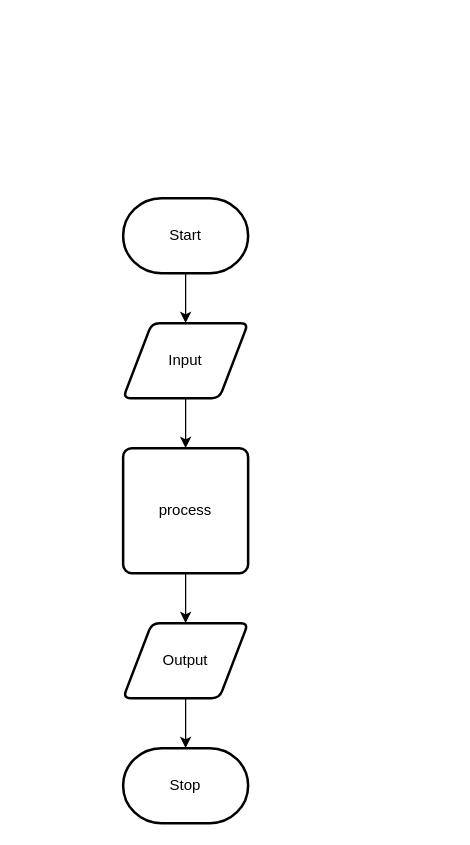
The draw.io diagram design/flow-chart.drawio in Emmanuel-Fofeyin/ICS2O-Unit5-06-HTML, before the edit. Source tidied: cells renumbered, new cells numbered last; positions are measured from the earlier drawing's top-left corner, leaving out a move shared by most shapes. Both pictures are drawn from the tidied source at 125%, with x=0, y=0 at pixel (122, 198).
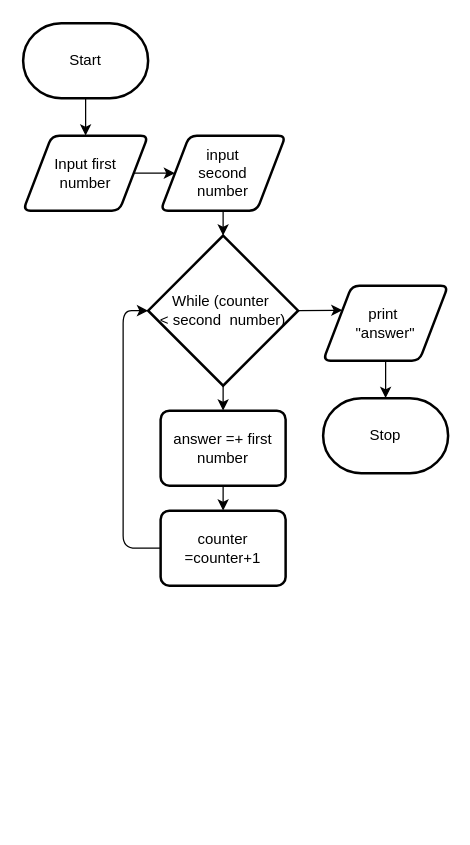
The same diagram, later.

Diff of the diagram source:
```diff
@@
 <mxGraphModel>
   <root>
     <mxCell id="0" />
     <mxCell id="1" parent="0" />
     <mxCell id="2" style="edgeStyle=none;html=1;" parent="1" edge="1" source="3" target="5">
       <mxGeometry relative="1" as="geometry" />
     </mxCell>
     <mxCell id="3" value="Start" style="strokeWidth=2;html=1;shape=mxgraph.flowchart.terminator;whiteSpace=wrap;" parent="1" vertex="1">
-      <mxGeometry width="100" height="60" as="geometry" />
+      <mxGeometry x="-80" y="-140" width="100" height="60" as="geometry" />
     </mxCell>
-    <mxCell id="4" style="edgeStyle=none;html=1;" parent="1" edge="1" source="5" target="7">
+    <mxCell id="4" style="edgeStyle=none;html=1;entryX=0;entryY=0.5;entryDx=0;entryDy=0;" parent="1" edge="1" source="5" target="11">
       <mxGeometry relative="1" as="geometry" />
     </mxCell>
-    <mxCell id="5" value="Input" style="shape=parallelogram;html=1;strokeWidth=2;perimeter=parallelogramPerimeter;whiteSpace=wrap;rounded=1;arcSize=12;size=0.23;" parent="1" vertex="1">
-      <mxGeometry y="100" width="100" height="60" as="geometry" />
+    <mxCell id="5" value="Input first &lt;br&gt;number" style="shape=parallelogram;html=1;strokeWidth=2;perimeter=parallelogramPerimeter;whiteSpace=wrap;rounded=1;arcSize=12;size=0.23;" parent="1" vertex="1">
+      <mxGeometry x="-80" y="-50" width="100" height="60" as="geometry" />
     </mxCell>
-    <mxCell id="6" style="edgeStyle=none;html=1;" parent="1" edge="1" source="7" target="9">
-      <mxGeometry relative="1" as="geometry" />
-    </mxCell>
-    <mxCell id="7" value="process" style="rounded=1;whiteSpace=wrap;html=1;absoluteArcSize=1;arcSize=14;strokeWidth=2;" parent="1" vertex="1">
-      <mxGeometry y="200" width="100" height="100" as="geometry" />
+    <mxCell id="7" value="counter =counter+1" style="rounded=1;whiteSpace=wrap;html=1;absoluteArcSize=1;arcSize=14;strokeWidth=2;" parent="1" vertex="1">
+      <mxGeometry x="30" y="250" width="100" height="60" as="geometry" />
     </mxCell>
     <mxCell id="8" style="edgeStyle=none;html=1;" parent="1" edge="1" source="9" target="10">
       <mxGeometry relative="1" as="geometry" />
     </mxCell>
-    <mxCell id="9" value="Output" style="shape=parallelogram;html=1;strokeWidth=2;perimeter=parallelogramPerimeter;whiteSpace=wrap;rounded=1;arcSize=12;size=0.23;" parent="1" vertex="1">
-      <mxGeometry y="340" width="100" height="60" as="geometry" />
+    <mxCell id="9" value="print&amp;nbsp;&lt;br&gt;&quot;answer&quot;" style="shape=parallelogram;html=1;strokeWidth=2;perimeter=parallelogramPerimeter;whiteSpace=wrap;rounded=1;arcSize=12;size=0.23;" parent="1" vertex="1">
+      <mxGeometry x="160" y="70" width="100" height="60" as="geometry" />
     </mxCell>
     <mxCell id="10" value="Stop" style="strokeWidth=2;html=1;shape=mxgraph.flowchart.terminator;whiteSpace=wrap;" parent="1" vertex="1">
-      <mxGeometry y="440" width="100" height="60" as="geometry" />
+      <mxGeometry x="160" y="160" width="100" height="60" as="geometry" />
     </mxCell>
+    <mxCell id="11" value="input &lt;br&gt;second&lt;br&gt;number" style="shape=parallelogram;html=1;strokeWidth=2;perimeter=parallelogramPerimeter;whiteSpace=wrap;rounded=1;arcSize=12;size=0.23;" parent="1" vertex="1">
+      <mxGeometry x="30" y="-50" width="100" height="60" as="geometry" />
+    </mxCell>
+    <mxCell id="12" value="While (counter&amp;nbsp;&lt;br&gt;&lt;font style=&quot;font-size: 12px&quot;&gt;&amp;lt; second&amp;nbsp; number)&lt;br&gt;&lt;/font&gt;" style="strokeWidth=2;html=1;shape=mxgraph.flowchart.decision;whiteSpace=wrap;" parent="1" vertex="1">
+      <mxGeometry x="20" y="30" width="120" height="120" as="geometry" />
+    </mxCell>
+    <mxCell id="13" value="answer =+ first&lt;br&gt;number" style="rounded=1;whiteSpace=wrap;html=1;absoluteArcSize=1;arcSize=14;strokeWidth=2;" parent="1" vertex="1">
+      <mxGeometry x="30" y="170" width="100" height="60" as="geometry" />
+    </mxCell>
+    <mxCell id="14" style="edgeStyle=none;html=1;exitX=0.5;exitY=1;exitDx=0;exitDy=0;entryX=0.5;entryY=0;entryDx=0;entryDy=0;" parent="1" edge="1" source="13" target="7">
+      <mxGeometry relative="1" as="geometry" />
+    </mxCell>
+    <mxCell id="15" style="edgeStyle=none;html=1;exitX=0.5;exitY=1;exitDx=0;exitDy=0;entryX=0.5;entryY=0;entryDx=0;entryDy=0;exitPerimeter=0;" parent="1" edge="1" source="12" target="13">
+      <mxGeometry relative="1" as="geometry" />
+    </mxCell>
+    <mxCell id="16" style="edgeStyle=none;html=1;entryX=0.5;entryY=0;entryDx=0;entryDy=0;exitX=0.5;exitY=1;exitDx=0;exitDy=0;entryPerimeter=0;" parent="1" edge="1" source="11" target="12">
+      <mxGeometry relative="1" as="geometry" />
+    </mxCell>
+    <mxCell id="17" style="edgeStyle=none;html=1;entryX=0;entryY=0.25;entryDx=0;entryDy=0;exitX=1;exitY=0.5;exitDx=0;exitDy=0;exitPerimeter=0;" parent="1" edge="1" source="12" target="9">
+      <mxGeometry relative="1" as="geometry" />
+    </mxCell>
+    <mxCell id="18" style="edgeStyle=segmentEdgeStyle;endArrow=classic;html=1;fontSize=12;exitX=0;exitY=0.5;exitDx=0;exitDy=0;entryX=0;entryY=0.5;entryDx=0;entryDy=0;entryPerimeter=0;" parent="1" edge="1" source="7" target="12">
+      <mxGeometry relative="1" as="geometry">
+        <Array as="points">
+          <mxPoint y="280" />
+          <mxPoint y="90" />
+        </Array>
+      </mxGeometry>
+    </mxCell>
   </root>
 </mxGraphModel>
```
